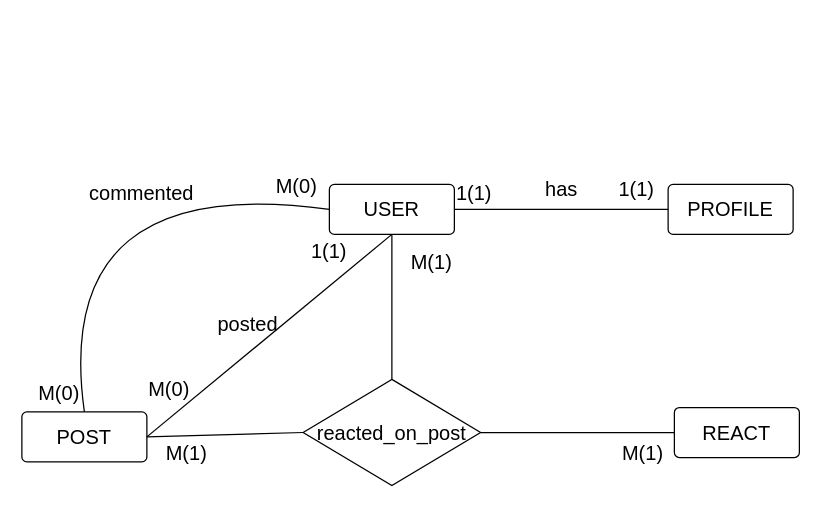
Matoka26/ASP.NET keeps this draw.io diagram as page "E/R Diagram" (1 of 2) of Final Project/Diagrama aspnet .drawio. Above is the earlier version. Source tidied: cells renumbered, new cells numbered last; positions are measured from the earlier drawing's top-left corner, leaving out a move shared by most shapes. Both pictures are drawn from the tidied source at 125%, with x=0, y=0 at pixel (21, 166).
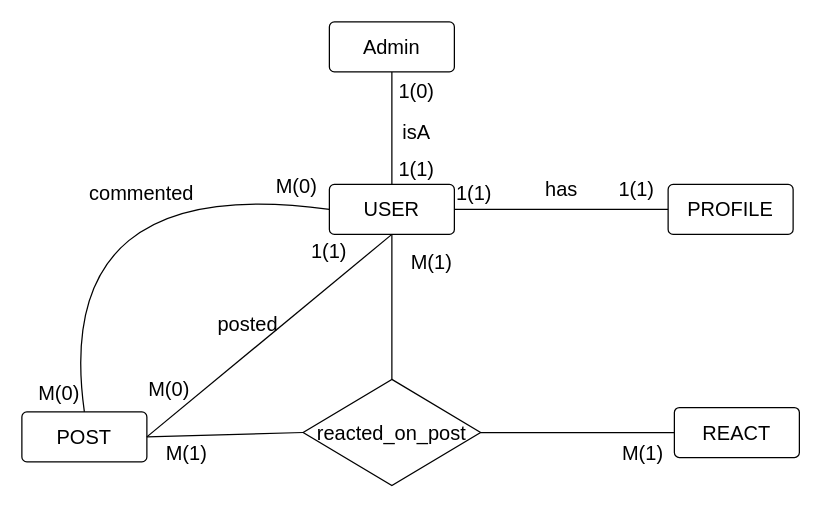
The same diagram, later.

Commit message (it also covers changes not shown here):
Added admin subentity of user

Unchanged cells that the change refers to:
```xml
<mxCell id="2" value="USER" style="rounded=1;arcSize=10;whiteSpace=wrap;html=1;align=center;fontSize=16;" parent="1" vertex="1">
  <mxGeometry x="246" y="14" width="100" height="40" as="geometry" />
</mxCell>
```

Change to the diagram source:
```diff
@@
+    <mxCell id="25" style="endArrow=none;html=1;rounded=0;fontSize=12;startSize=8;endSize=8;curved=1;exitX=0.5;exitY=0;exitDx=0;exitDy=0;entryX=0.5;entryY=1;entryDx=0;entryDy=0;" parent="1" edge="1" source="2" target="26">
+      <mxGeometry relative="1" as="geometry" />
+    </mxCell>
+    <mxCell id="26" value="Admin" style="rounded=1;arcSize=10;whiteSpace=wrap;html=1;align=center;fontSize=16;" parent="1" vertex="1">
+      <mxGeometry x="246" y="-116" width="100" height="40" as="geometry" />
+    </mxCell>
+    <mxCell id="27" value="isA" style="text;html=1;strokeColor=none;fillColor=none;align=center;verticalAlign=middle;whiteSpace=wrap;rounded=0;fontSize=16;" parent="1" vertex="1">
+      <mxGeometry x="286" y="-43" width="60" height="30" as="geometry" />
+    </mxCell>
+    <mxCell id="28" value="1(1)" style="text;html=1;strokeColor=none;fillColor=none;align=center;verticalAlign=middle;whiteSpace=wrap;rounded=0;fontSize=16;" parent="1" vertex="1">
+      <mxGeometry x="286" y="-13" width="60" height="30" as="geometry" />
+    </mxCell>
+    <mxCell id="29" value="1(0)" style="text;html=1;strokeColor=none;fillColor=none;align=center;verticalAlign=middle;whiteSpace=wrap;rounded=0;fontSize=16;" parent="1" vertex="1">
+      <mxGeometry x="286" y="-76" width="60" height="30" as="geometry" />
+    </mxCell>
```
